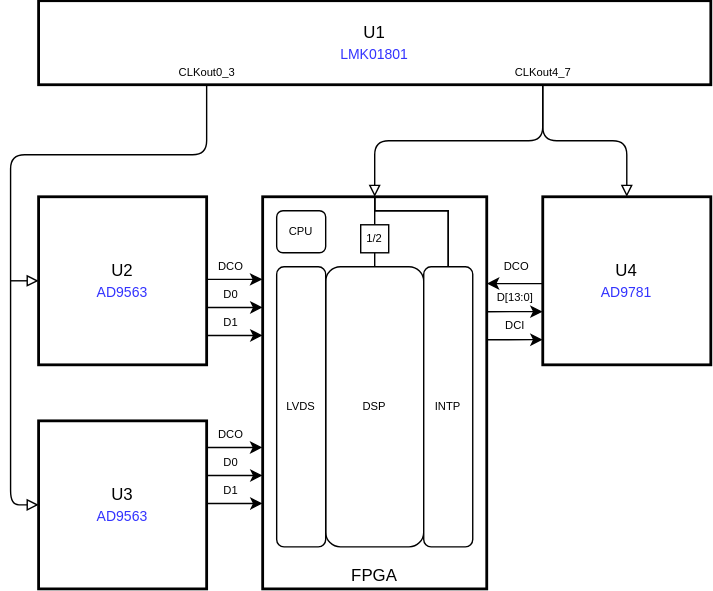
Above: doc/fig/zest_clk.drawio.svg in BerkeleyLab/uspas_llrf (draw.io), before the change. Source tidied: cells renumbered, new cells last; positions are measured from the earlier drawing's top-left corner, leaving out a move shared by most shapes.
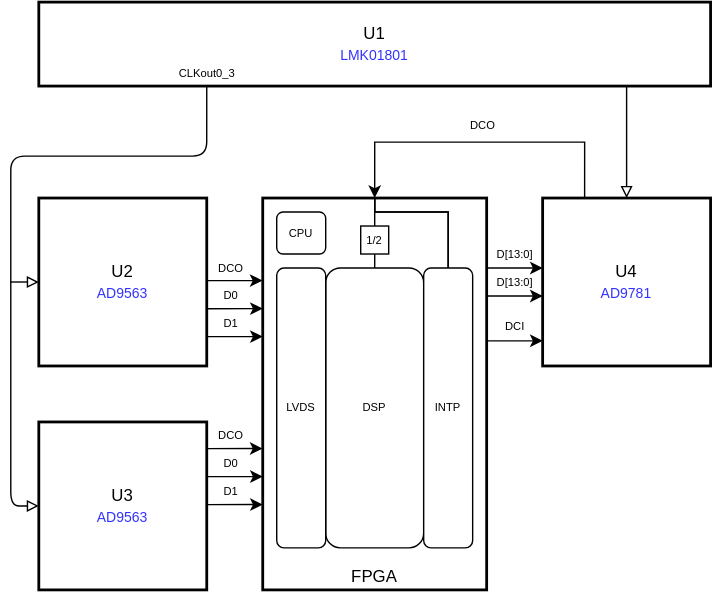
The same diagram one commit later.

What changed in the source:
```diff
@@ -40,12 +40,7 @@
         <mxPoint y="-25" as="offset" />
       </mxGeometry>
     </mxCell>
-    <mxCell id="10" value="&lt;span style=&quot;font-size: 8px;&quot;&gt;CLKout4_7&lt;/span&gt;" style="endArrow=block;html=1;exitX=0.75;exitY=1;exitDx=0;exitDy=0;entryX=0.5;entryY=0;entryDx=0;entryDy=0;edgeStyle=orthogonalEdgeStyle;endFill=0;" parent="1" edge="1" source="6" target="5">
-      <mxGeometry x="-1" y="-10" relative="1" as="geometry">
-        <mxPoint x="10" y="-10" as="offset" />
-      </mxGeometry>
-    </mxCell>
-    <mxCell id="11" style="endArrow=block;html=1;edgeStyle=orthogonalEdgeStyle;endFill=0;exitX=0.75;exitY=1;exitDx=0;exitDy=0;" parent="1" edge="1" source="6" target="4">
+    <mxCell id="11" style="endArrow=block;html=1;edgeStyle=orthogonalEdgeStyle;endFill=0;exitX=0.875;exitY=0.989;exitDx=0;exitDy=0;exitPerimeter=0;" parent="1" edge="1" source="6" target="4">
       <mxGeometry x="-1" y="22" relative="1" as="geometry">
         <mxPoint x="-2" y="-10" as="offset" />
       </mxGeometry>
@@ -143,10 +138,12 @@
         <mxPoint x="-3" y="-10" as="offset" />
       </mxGeometry>
     </mxCell>
-    <mxCell id="31" style="endArrow=classic;html=1;rounded=0;fontSize=8;exitX=1;exitY=0.25;exitDx=0;exitDy=0;entryX=-0.001;entryY=0.107;entryDx=0;entryDy=0;entryPerimeter=0;" parent="1" edge="1">
+    <mxCell id="31" style="endArrow=classic;html=1;rounded=0;fontSize=8;exitX=0.25;exitY=0;exitDx=0;exitDy=0;entryX=0.5;entryY=0;entryDx=0;entryDy=0;edgeStyle=orthogonalEdgeStyle;" parent="1" edge="1" source="4" target="5">
       <mxGeometry relative="1" as="geometry">
-        <mxPoint x="379.8" y="202" as="sourcePoint" />
-        <mxPoint x="340" y="202" as="targetPoint" />
+        <Array as="points">
+          <mxPoint x="410" y="100" />
+          <mxPoint x="260" y="100" />
+        </Array>
       </mxGeometry>
     </mxCell>
     <mxCell id="32" value="DCO" style="edgeLabel;html=1;align=center;verticalAlign=middle;fontSize=8;" parent="31" vertex="1">
@@ -156,8 +153,8 @@
     </mxCell>
     <mxCell id="33" style="endArrow=classic;html=1;rounded=0;fontSize=8;exitX=1;exitY=0.25;exitDx=0;exitDy=0;entryX=-0.001;entryY=0.107;entryDx=0;entryDy=0;entryPerimeter=0;" parent="1" edge="1">
       <mxGeometry relative="1" as="geometry">
-        <mxPoint x="340.2" y="222.1" as="sourcePoint" />
-        <mxPoint x="380" y="222" as="targetPoint" />
+        <mxPoint x="340.2" y="210" as="sourcePoint" />
+        <mxPoint x="380" y="210" as="targetPoint" />
       </mxGeometry>
     </mxCell>
     <mxCell id="34" value="D[13:0]" style="edgeLabel;html=1;align=center;verticalAlign=middle;fontSize=8;" parent="33" vertex="1">
@@ -188,5 +185,16 @@
     <mxCell id="38" value="CPU" style="rounded=1;whiteSpace=wrap;html=1;fontSize=8;" parent="1" vertex="1">
       <mxGeometry x="190" y="150" width="35" height="30" as="geometry" />
     </mxCell>
+    <mxCell id="39" style="endArrow=classic;html=1;rounded=0;fontSize=8;exitX=1;exitY=0.25;exitDx=0;exitDy=0;entryX=-0.001;entryY=0.107;entryDx=0;entryDy=0;entryPerimeter=0;" parent="1" edge="1">
+      <mxGeometry relative="1" as="geometry">
+        <mxPoint x="340.2" y="190" as="sourcePoint" />
+        <mxPoint x="380" y="190" as="targetPoint" />
+      </mxGeometry>
+    </mxCell>
+    <mxCell id="40" value="D[13:0]" style="edgeLabel;html=1;align=center;verticalAlign=middle;fontSize=8;" parent="39" vertex="1">
+      <mxGeometry x="-0.01" y="-1" relative="1" as="geometry">
+        <mxPoint y="-11" as="offset" />
+      </mxGeometry>
+    </mxCell>
   </root>
 </mxGraphModel>
```
